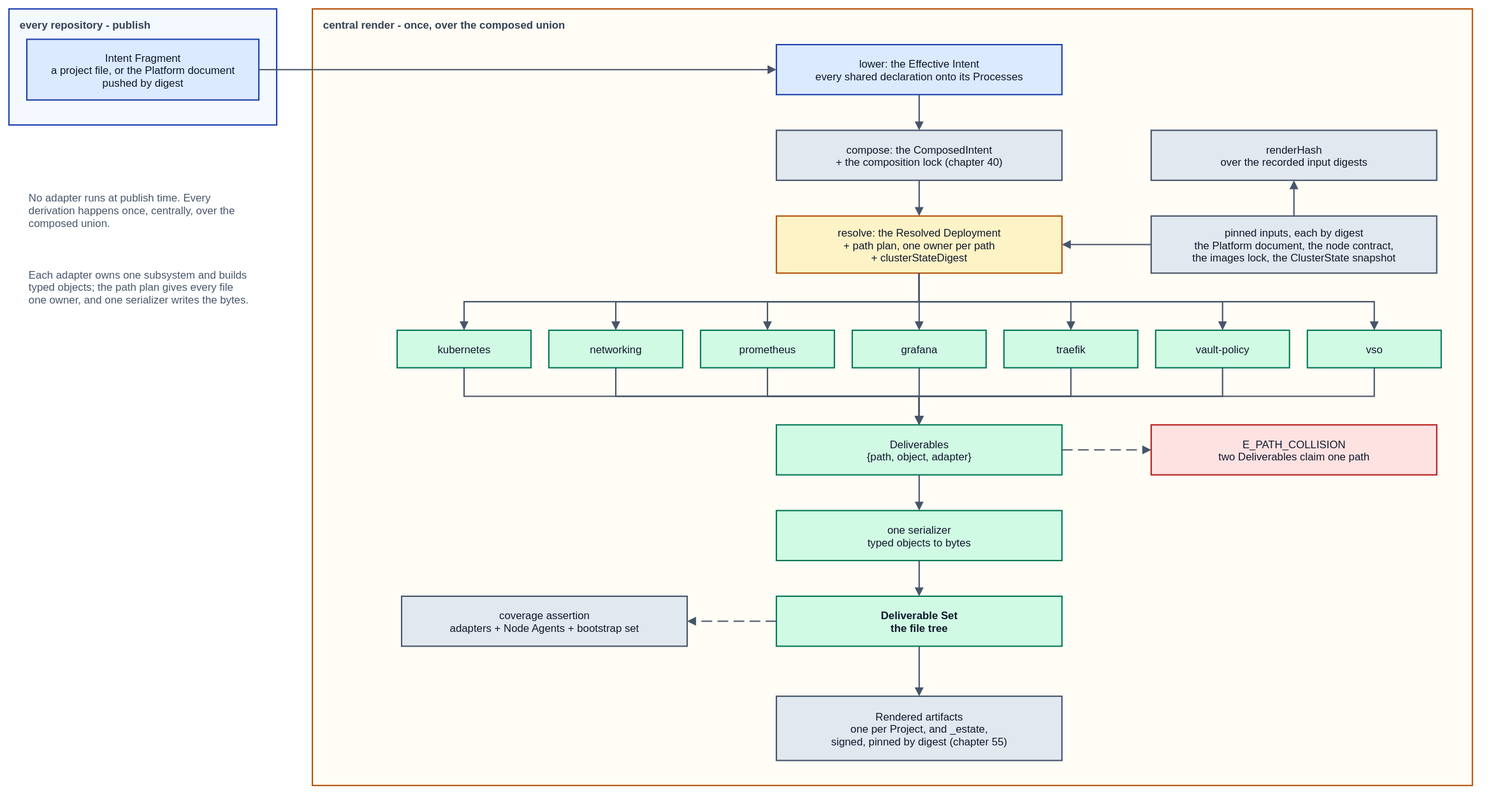
The draw.io diagram spec/v1/diagrams/30-render-pipeline.drawio.svg in JorisJonkers-dev/deploy-kit, before a commit. Source tidied: cells renumbered, new cells last; positions are measured from the earlier drawing's top-left corner, leaving out a move shared by most shapes.
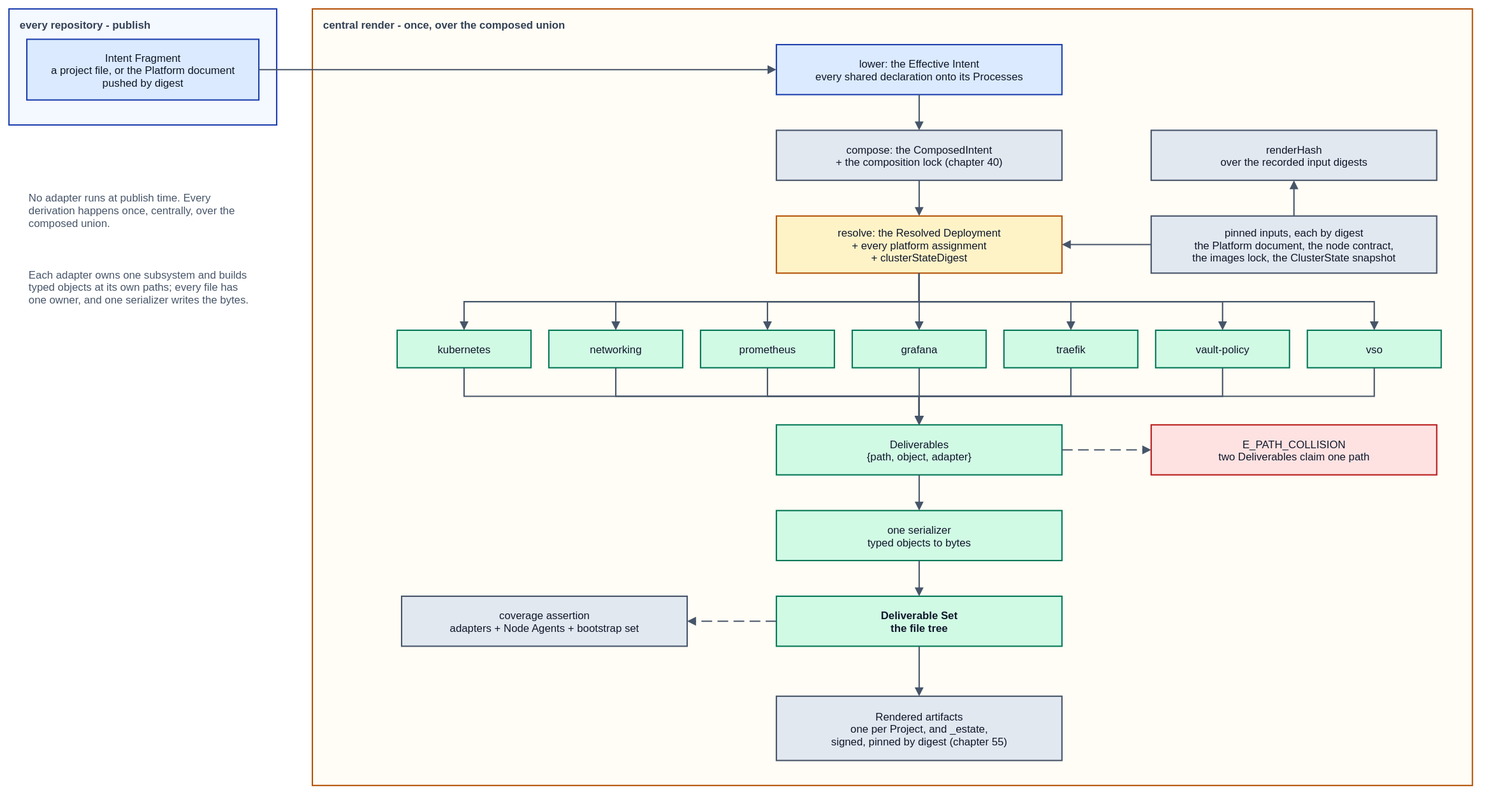
The same diagram one commit later.

Change to the diagram source:
```diff
@@ -17,7 +17,7 @@
     <mxCell id="6" value="compose: the ComposedIntent&#10;+ the composition lock (chapter 40)" style="rounded=0;whiteSpace=nowrap;html=0;align=center;verticalAlign=middle;fillColor=#e2e8f0;strokeColor=#475569;strokeWidth=1.5;fontFamily=Helvetica;fontSize=12;fontColor=#0f172a;" parent="1" vertex="1">
       <mxGeometry x="860" y="136" width="320" height="56" as="geometry" />
     </mxCell>
-    <mxCell id="7" value="resolve: the Resolved Deployment&#10;+ path plan, one owner per path&#10;+ clusterStateDigest" style="rounded=0;whiteSpace=nowrap;html=0;align=center;verticalAlign=middle;fillColor=#fef3c7;strokeColor=#b45309;strokeWidth=1.5;fontFamily=Helvetica;fontSize=12;fontColor=#0f172a;" parent="1" vertex="1">
+    <mxCell id="7" value="resolve: the Resolved Deployment&#10;+ every platform assignment&#10;+ clusterStateDigest" style="rounded=0;whiteSpace=nowrap;html=0;align=center;verticalAlign=middle;fillColor=#fef3c7;strokeColor=#b45309;strokeWidth=1.5;fontFamily=Helvetica;fontSize=12;fontColor=#0f172a;" parent="1" vertex="1">
       <mxGeometry x="860" y="232" width="320" height="64" as="geometry" />
     </mxCell>
     <mxCell id="8" value="pinned inputs, each by digest&#10;the Platform document, the node contract,&#10;the images lock, the ClusterState snapshot" style="rounded=0;whiteSpace=nowrap;html=0;align=center;verticalAlign=middle;fillColor=#e2e8f0;strokeColor=#475569;strokeWidth=1.5;fontFamily=Helvetica;fontSize=12;fontColor=#0f172a;" parent="1" vertex="1">
@@ -140,7 +140,7 @@
     <mxCell id="47" value="No adapter runs at publish time. Every&#10;derivation happens once, centrally, over the&#10;composed union." style="text;html=0;strokeColor=none;fillColor=none;align=left;verticalAlign=middle;fontFamily=Helvetica;fontSize=12;fontColor=#475569;" parent="1" vertex="1">
       <mxGeometry x="20" y="190" width="300" height="70" as="geometry" />
     </mxCell>
-    <mxCell id="48" value="Each adapter owns one subsystem and builds&#10;typed objects; the path plan gives every file&#10;one owner, and one serializer writes the bytes." style="text;html=0;strokeColor=none;fillColor=none;align=left;verticalAlign=middle;fontFamily=Helvetica;fontSize=12;fontColor=#475569;" parent="1" vertex="1">
+    <mxCell id="48" value="Each adapter owns one subsystem and builds&#10;typed objects at its own paths; every file has&#10;one owner, and one serializer writes the bytes." style="text;html=0;strokeColor=none;fillColor=none;align=left;verticalAlign=middle;fontFamily=Helvetica;fontSize=12;fontColor=#475569;" parent="1" vertex="1">
       <mxGeometry x="20" y="276" width="300" height="70" as="geometry" />
     </mxCell>
   </root>
```
